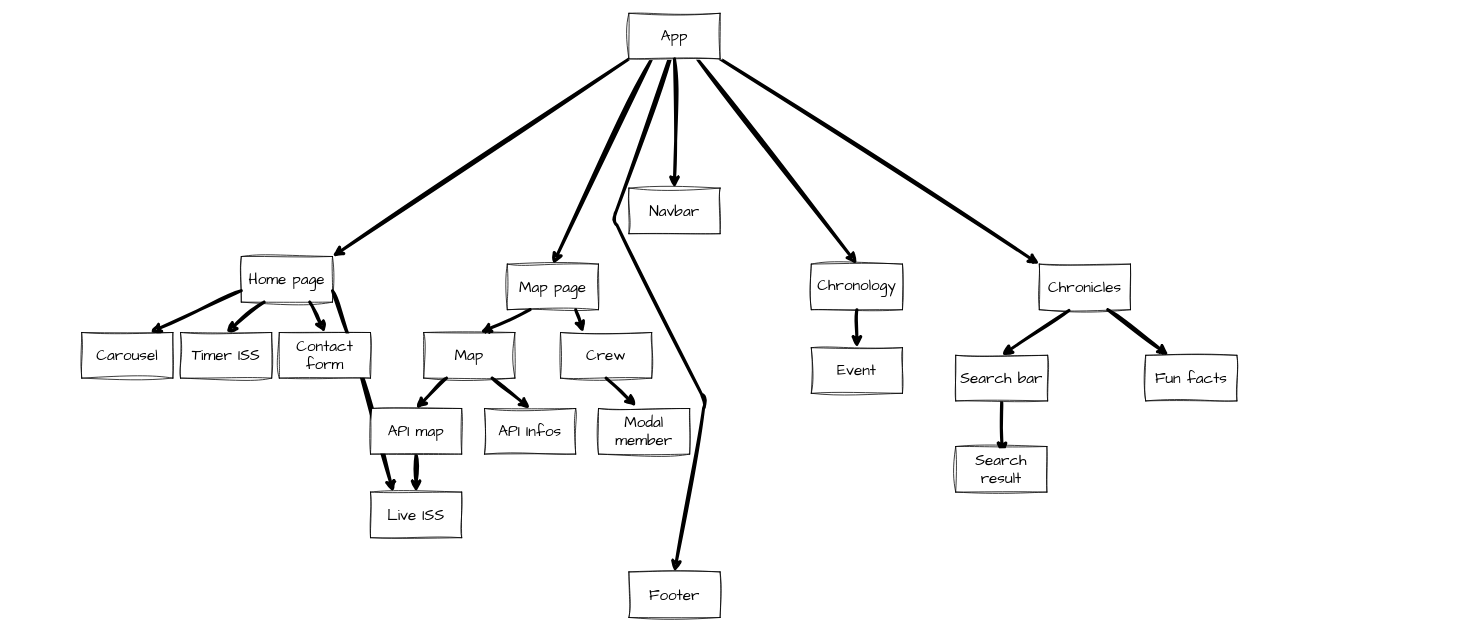
Above: DOCS/architechture.drawio in busy-gnl/space-station-chronicles (draw.io), before the change. Source tidied: cells renumbered, new cells numbered last; positions are measured from the earlier drawing's top-left corner, leaving out a move shared by most shapes. Both pictures are drawn from the tidied source at 76%, with x=0, y=0 at pixel (81, 13).
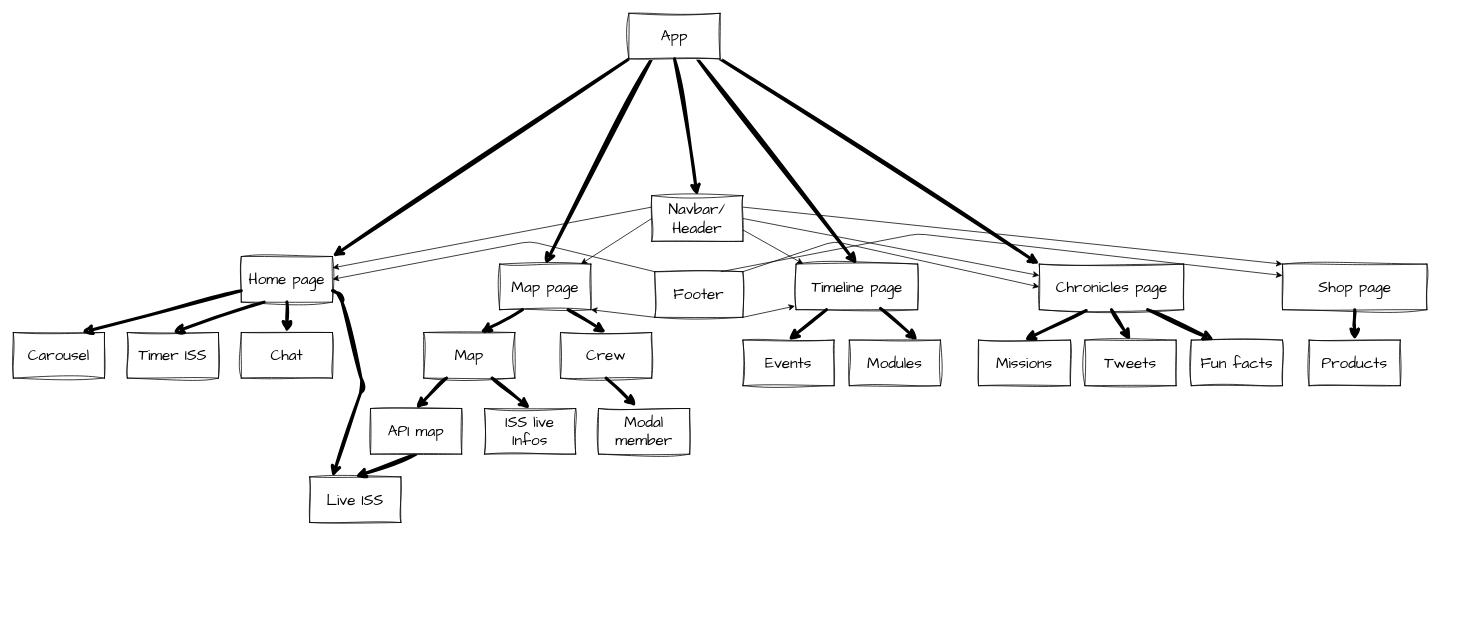
Above is the later version.

The change refers to these unchanged cells:
```xml
<mxCell id="9" style="rounded=0;whiteSpace=wrap;html=1;sketch=1;hachureGap=4;jiggle=2;curveFitting=1;fontFamily=Architects Daughter;fontSize=20;" parent="8" vertex="1">
  <mxGeometry width="120" height="60" as="geometry" />
</mxCell>
<mxCell id="10" value="Home page" style="text;html=1;strokeColor=none;fillColor=none;align=center;verticalAlign=middle;whiteSpace=wrap;rounded=0;sketch=1;hachureGap=4;jiggle=2;curveFitting=1;fontFamily=Architects Daughter;fontSize=20;" parent="8" vertex="1">
  <mxGeometry y="15" width="120" height="30" as="geometry" />
</mxCell>
<mxCell id="15" style="rounded=0;whiteSpace=wrap;html=1;sketch=1;hachureGap=4;jiggle=2;curveFitting=1;fontFamily=Architects Daughter;fontSize=20;" parent="14" vertex="1">
  <mxGeometry width="120" height="60" as="geometry" />
</mxCell>
<mxCell id="25" value="App" style="text;html=1;strokeColor=none;fillColor=none;align=center;verticalAlign=middle;whiteSpace=wrap;rounded=0;sketch=1;hachureGap=4;jiggle=2;curveFitting=1;fontFamily=Architects Daughter;fontSize=20;" parent="23" vertex="1">
  <mxGeometry x="30" y="20" width="60" height="20" as="geometry" />
</mxCell>
<mxCell id="27" style="rounded=0;whiteSpace=wrap;html=1;sketch=1;hachureGap=4;jiggle=2;curveFitting=1;fontFamily=Architects Daughter;fontSize=20;" parent="26" vertex="1">
  <mxGeometry width="120" height="60" as="geometry" />
</mxCell>
<mxCell id="30" style="rounded=0;whiteSpace=wrap;html=1;sketch=1;hachureGap=4;jiggle=2;curveFitting=1;fontFamily=Architects Daughter;fontSize=20;" parent="29" vertex="1">
  <mxGeometry width="120" height="60" as="geometry" />
</mxCell>
<mxCell id="36" style="rounded=0;whiteSpace=wrap;html=1;sketch=1;hachureGap=4;jiggle=2;curveFitting=1;fontFamily=Architects Daughter;fontSize=20;" parent="35" vertex="1">
  <mxGeometry width="120" height="60" as="geometry" />
</mxCell>
<mxCell id="49" style="rounded=0;whiteSpace=wrap;html=1;sketch=1;hachureGap=4;jiggle=2;curveFitting=1;fontFamily=Architects Daughter;fontSize=20;" parent="48" vertex="1">
  <mxGeometry width="120" height="60" as="geometry" />
</mxCell>
```

Change to the diagram source:
```diff
@@
     <mxCell id="2" style="edgeStyle=none;sketch=1;hachureGap=4;jiggle=2;curveFitting=1;html=1;exitX=1;exitY=0.75;exitDx=0;exitDy=0;strokeWidth=4;fontFamily=Architects Daughter;fontSize=16;fillColor=#FFFFFF;entryX=0.25;entryY=0;entryDx=0;entryDy=0;" parent="1" edge="1" source="9" target="30">
       <mxGeometry relative="1" as="geometry">
         <Array as="points">
-          <mxPoint x="360" y="450" />
+          <mxPoint x="340" y="370" />
+          <mxPoint x="370" y="490" />
         </Array>
       </mxGeometry>
     </mxCell>
-    <mxCell id="3" style="edgeStyle=none;sketch=1;hachureGap=4;jiggle=2;curveFitting=1;html=1;exitX=0.5;exitY=1;exitDx=0;exitDy=0;entryX=0.5;entryY=0;entryDx=0;entryDy=0;strokeWidth=4;fontFamily=Architects Daughter;fontSize=16;fillColor=#FFFFFF;" parent="1" edge="1" source="25" target="39">
-      <mxGeometry relative="1" as="geometry">
-        <Array as="points">
-          <mxPoint x="700" y="270" />
-          <mxPoint x="820" y="510" />
-        </Array>
-      </mxGeometry>
-    </mxCell>
@@
     <mxCell id="11" style="group;" parent="1" vertex="1">
-      <mxGeometry y="420" width="120" height="60" as="geometry" />
+      <mxGeometry x="-90" y="420" width="120" height="60" as="geometry" />
     </mxCell>
@@
     <mxCell id="14" style="group;" parent="1" vertex="1">
-      <mxGeometry x="560" y="330" width="120" height="60" as="geometry" />
+      <mxGeometry x="550" y="330" width="120" height="60" as="geometry" />
     </mxCell>
@@
     <mxCell id="17" style="group;" parent="1" vertex="1">
-      <mxGeometry x="960" y="330" width="120" height="60" as="geometry" />
+      <mxGeometry x="940" y="330" width="170" height="60" as="geometry" />
     </mxCell>
     <mxCell id="18" style="rounded=0;whiteSpace=wrap;html=1;sketch=1;hachureGap=4;jiggle=2;curveFitting=1;fontFamily=Architects Daughter;fontSize=20;" parent="17" vertex="1">
-      <mxGeometry width="120" height="60" as="geometry" />
+      <mxGeometry width="160" height="60" as="geometry" />
     </mxCell>
-    <mxCell id="19" value="Chronology" style="text;html=1;strokeColor=none;fillColor=none;align=center;verticalAlign=middle;whiteSpace=wrap;rounded=0;sketch=1;hachureGap=4;jiggle=2;curveFitting=1;fontFamily=Architects Daughter;fontSize=20;" parent="17" vertex="1">
-      <mxGeometry x="25" y="10" width="70" height="35" as="geometry" />
+    <mxCell id="19" value="Timeline page" style="text;html=1;strokeColor=none;fillColor=none;align=center;verticalAlign=middle;whiteSpace=wrap;rounded=0;sketch=1;hachureGap=4;jiggle=2;curveFitting=1;fontFamily=Architects Daughter;fontSize=20;" parent="17" vertex="1">
+      <mxGeometry x="11.7" y="12.5" width="136.7" height="35" as="geometry" />
     </mxCell>
     <mxCell id="20" style="group;" parent="1" vertex="1">
-      <mxGeometry x="1260" y="330" width="120" height="60" as="geometry" />
+      <mxGeometry x="1260" y="330" width="220" height="60" as="geometry" />
     </mxCell>
     <mxCell id="21" style="rounded=0;whiteSpace=wrap;html=1;sketch=1;hachureGap=4;jiggle=2;curveFitting=1;fontFamily=Architects Daughter;fontSize=20;" parent="20" vertex="1">
-      <mxGeometry width="120" height="60" as="geometry" />
+      <mxGeometry width="190" height="60" as="geometry" />
     </mxCell>
-    <mxCell id="22" value="Chronicles" style="text;html=1;strokeColor=none;fillColor=none;align=center;verticalAlign=middle;whiteSpace=wrap;rounded=0;sketch=1;hachureGap=4;jiggle=2;curveFitting=1;fontFamily=Architects Daughter;fontSize=20;" parent="20" vertex="1">
-      <mxGeometry x="30" y="15" width="60" height="30" as="geometry" />
+    <mxCell id="22" value="Chronicles page" style="text;html=1;strokeColor=none;fillColor=none;align=center;verticalAlign=middle;whiteSpace=wrap;rounded=0;sketch=1;hachureGap=4;jiggle=2;curveFitting=1;fontFamily=Architects Daughter;fontSize=20;" parent="20" vertex="1">
+      <mxGeometry x="8.8" y="15" width="172.5" height="30" as="geometry" />
     </mxCell>
@@
     <mxCell id="26" style="group;" parent="1" vertex="1">
-      <mxGeometry x="260" y="420" width="120" height="60" as="geometry" />
+      <mxGeometry x="210" y="420" width="120" height="60" as="geometry" />
     </mxCell>
@@
-    <mxCell id="28" value="Contact form" style="text;html=1;strokeColor=none;fillColor=none;align=center;verticalAlign=middle;whiteSpace=wrap;rounded=0;sketch=1;hachureGap=4;jiggle=2;curveFitting=1;fontFamily=Architects Daughter;fontSize=20;" parent="26" vertex="1">
+    <mxCell id="28" value="Chat" style="text;html=1;strokeColor=none;fillColor=none;align=center;verticalAlign=middle;whiteSpace=wrap;rounded=0;sketch=1;hachureGap=4;jiggle=2;curveFitting=1;fontFamily=Architects Daughter;fontSize=20;" parent="26" vertex="1">
       <mxGeometry x="30" y="15" width="60" height="30" as="geometry" />
     </mxCell>
     <mxCell id="29" style="group;" parent="1" vertex="1">
-      <mxGeometry x="380" y="630" width="120" height="60" as="geometry" />
+      <mxGeometry x="300" y="610" width="120" height="60" as="geometry" />
     </mxCell>
@@
     <mxCell id="32" style="group;" parent="1" vertex="1">
-      <mxGeometry x="130" y="420" width="120" height="60" as="geometry" />
+      <mxGeometry x="60" y="420" width="120" height="60" as="geometry" />
     </mxCell>
@@
     <mxCell id="35" style="group;" parent="1" vertex="1">
-      <mxGeometry x="720" y="230" width="120" height="60" as="geometry" />
+      <mxGeometry x="750" y="240" width="120" height="60" as="geometry" />
     </mxCell>
@@
-    <mxCell id="37" value="Navbar" style="text;html=1;strokeColor=none;fillColor=none;align=center;verticalAlign=middle;whiteSpace=wrap;rounded=0;sketch=1;hachureGap=4;jiggle=2;curveFitting=1;fontFamily=Architects Daughter;fontSize=20;" parent="35" vertex="1">
+    <mxCell id="37" value="Navbar/ Header" style="text;html=1;strokeColor=none;fillColor=none;align=center;verticalAlign=middle;whiteSpace=wrap;rounded=0;sketch=1;hachureGap=4;jiggle=2;curveFitting=1;fontFamily=Architects Daughter;fontSize=20;" parent="35" vertex="1">
       <mxGeometry x="30" y="15" width="60" height="30" as="geometry" />
     </mxCell>
     <mxCell id="38" style="group;" parent="1" vertex="1">
-      <mxGeometry x="720" y="735" width="120" height="60" as="geometry" />
+      <mxGeometry x="754" y="340" width="116" height="60" as="geometry" />
     </mxCell>
     <mxCell id="39" style="rounded=0;whiteSpace=wrap;html=1;sketch=1;hachureGap=4;jiggle=2;curveFitting=1;fontFamily=Architects Daughter;fontSize=20;" parent="38" vertex="1">
-      <mxGeometry width="120" height="60" as="geometry" />
+      <mxGeometry width="116" height="60" as="geometry" />
     </mxCell>
     <mxCell id="40" value="Footer" style="text;html=1;strokeColor=none;fillColor=none;align=center;verticalAlign=middle;whiteSpace=wrap;rounded=0;sketch=1;hachureGap=4;jiggle=2;curveFitting=1;fontFamily=Architects Daughter;fontSize=20;" parent="38" vertex="1">
-      <mxGeometry x="30" y="15" width="60" height="30" as="geometry" />
+      <mxGeometry x="29" y="15" width="58" height="30" as="geometry" />
     </mxCell>
@@
-    <mxCell id="42" style="edgeStyle=none;sketch=1;hachureGap=4;jiggle=2;curveFitting=1;html=1;exitX=0.75;exitY=1;exitDx=0;exitDy=0;entryX=0.5;entryY=0;entryDx=0;entryDy=0;strokeWidth=4;fontFamily=Architects Daughter;fontSize=16;fillColor=#FFFFFF;" parent="1" edge="1" source="9" target="27">
+    <mxCell id="42" style="edgeStyle=none;sketch=1;hachureGap=4;jiggle=2;curveFitting=1;html=1;exitX=0.5;exitY=1;exitDx=0;exitDy=0;entryX=0.5;entryY=0;entryDx=0;entryDy=0;strokeWidth=4;fontFamily=Architects Daughter;fontSize=16;fillColor=#FFFFFF;" parent="1" edge="1" source="9" target="27">
       <mxGeometry relative="1" as="geometry" />
     </mxCell>
@@
-    <mxCell id="51" value="API Infos" style="rounded=0;whiteSpace=wrap;html=1;sketch=1;hachureGap=4;jiggle=2;curveFitting=1;fontFamily=Architects Daughter;fontSize=20;" parent="1" vertex="1">
+    <mxCell id="51" value="ISS live Infos" style="rounded=0;whiteSpace=wrap;html=1;sketch=1;hachureGap=4;jiggle=2;curveFitting=1;fontFamily=Architects Daughter;fontSize=20;" parent="1" vertex="1">
       <mxGeometry x="530" y="520" width="120" height="60" as="geometry" />
     </mxCell>
@@
-    <mxCell id="57" style="edgeStyle=none;sketch=1;hachureGap=4;jiggle=2;curveFitting=1;html=1;exitX=0.75;exitY=1;exitDx=0;exitDy=0;entryX=0.25;entryY=0;entryDx=0;entryDy=0;strokeWidth=4;fontFamily=Architects Daughter;fontSize=16;fillColor=#FFFFFF;" parent="1" edge="1" source="15" target="49">
+    <mxCell id="57" style="edgeStyle=none;sketch=1;hachureGap=4;jiggle=2;curveFitting=1;html=1;exitX=0.75;exitY=1;exitDx=0;exitDy=0;entryX=0.5;entryY=0;entryDx=0;entryDy=0;strokeWidth=4;fontFamily=Architects Daughter;fontSize=16;fillColor=#FFFFFF;" parent="1" edge="1" source="15" target="49">
       <mxGeometry relative="1" as="geometry" />
     </mxCell>
@@
-    <mxCell id="60" value="Event" style="rounded=0;whiteSpace=wrap;html=1;sketch=1;hachureGap=4;jiggle=2;curveFitting=1;fontFamily=Architects Daughter;fontSize=20;" parent="1" vertex="1">
-      <mxGeometry x="960" y="440" width="120" height="60" as="geometry" />
+    <mxCell id="60" value="Events" style="rounded=0;whiteSpace=wrap;html=1;sketch=1;hachureGap=4;jiggle=2;curveFitting=1;fontFamily=Architects Daughter;fontSize=20;" parent="1" vertex="1">
+      <mxGeometry x="870" y="430" width="120" height="60" as="geometry" />
     </mxCell>
-    <mxCell id="61" style="edgeStyle=none;sketch=1;hachureGap=4;jiggle=2;curveFitting=1;html=1;exitX=0.5;exitY=1;exitDx=0;exitDy=0;entryX=0.5;entryY=0;entryDx=0;entryDy=0;strokeWidth=4;fontFamily=Architects Daughter;fontSize=16;fillColor=#FFFFFF;" parent="1" edge="1" source="18" target="60">
+    <mxCell id="61" style="edgeStyle=none;sketch=1;hachureGap=4;jiggle=2;curveFitting=1;html=1;exitX=0.25;exitY=1;exitDx=0;exitDy=0;entryX=0.5;entryY=0;entryDx=0;entryDy=0;strokeWidth=4;fontFamily=Architects Daughter;fontSize=16;fillColor=#FFFFFF;" parent="1" edge="1" source="18" target="60">
       <mxGeometry relative="1" as="geometry" />
     </mxCell>
     <mxCell id="62" value="Fun facts" style="rounded=0;whiteSpace=wrap;html=1;sketch=1;hachureGap=4;jiggle=2;curveFitting=1;fontFamily=Architects Daughter;fontSize=20;" parent="1" vertex="1">
-      <mxGeometry x="1400" y="450" width="120" height="60" as="geometry" />
+      <mxGeometry x="1460" y="430" width="120" height="60" as="geometry" />
     </mxCell>
-    <mxCell id="63" style="edgeStyle=none;sketch=1;hachureGap=4;jiggle=2;curveFitting=1;html=1;exitX=0.5;exitY=1;exitDx=0;exitDy=0;strokeWidth=4;fontFamily=Architects Daughter;fontSize=16;fillColor=#FFFFFF;" parent="1" edge="1" source="64">
-      <mxGeometry relative="1" as="geometry">
-        <mxPoint x="1211" y="580" as="targetPoint" />
-      </mxGeometry>
-    </mxCell>
-    <mxCell id="64" value="Search bar" style="rounded=0;whiteSpace=wrap;html=1;sketch=1;hachureGap=4;jiggle=2;curveFitting=1;fontFamily=Architects Daughter;fontSize=20;" parent="1" vertex="1">
-      <mxGeometry x="1150" y="450" width="121" height="60" as="geometry" />
+    <mxCell id="64" value="Missions" style="rounded=0;whiteSpace=wrap;html=1;sketch=1;hachureGap=4;jiggle=2;curveFitting=1;fontFamily=Architects Daughter;fontSize=20;" parent="1" vertex="1">
+      <mxGeometry x="1180" y="430" width="121" height="60" as="geometry" />
     </mxCell>
@@
-    <mxCell id="67" value="Search result" style="rounded=0;whiteSpace=wrap;html=1;sketch=1;hachureGap=4;jiggle=2;curveFitting=1;fontFamily=Architects Daughter;fontSize=20;" parent="1" vertex="1">
-      <mxGeometry x="1150" y="570" width="120" height="60" as="geometry" />
+    <mxCell id="67" value="Tweets" style="rounded=0;whiteSpace=wrap;html=1;sketch=1;hachureGap=4;jiggle=2;curveFitting=1;fontFamily=Architects Daughter;fontSize=20;" parent="1" vertex="1">
+      <mxGeometry x="1320" y="430" width="120" height="60" as="geometry" />
     </mxCell>
+    <mxCell id="68" style="edgeStyle=none;html=1;exitX=0;exitY=0.5;exitDx=0;exitDy=0;" parent="1" edge="1" source="36" target="15">
+      <mxGeometry relative="1" as="geometry" />
+    </mxCell>
+    <mxCell id="69" style="edgeStyle=none;html=1;exitX=0;exitY=0.25;exitDx=0;exitDy=0;entryX=1;entryY=0;entryDx=0;entryDy=0;" parent="1" edge="1" source="36" target="10">
+      <mxGeometry relative="1" as="geometry" />
+    </mxCell>
+    <mxCell id="70" style="edgeStyle=none;html=1;exitX=1;exitY=0.75;exitDx=0;exitDy=0;entryX=0.059;entryY=-0.006;entryDx=0;entryDy=0;entryPerimeter=0;" parent="1" edge="1" source="36" target="18">
+      <mxGeometry relative="1" as="geometry" />
+    </mxCell>
+    <mxCell id="71" style="edgeStyle=none;html=1;exitX=1;exitY=0.5;exitDx=0;exitDy=0;entryX=0;entryY=0.25;entryDx=0;entryDy=0;" parent="1" edge="1" source="36" target="21">
+      <mxGeometry relative="1" as="geometry" />
+    </mxCell>
+    <mxCell id="72" style="group;" parent="1" vertex="1">
+      <mxGeometry x="1580" y="330" width="220" height="60" as="geometry" />
+    </mxCell>
+    <mxCell id="73" style="rounded=0;whiteSpace=wrap;html=1;sketch=1;hachureGap=4;jiggle=2;curveFitting=1;fontFamily=Architects Daughter;fontSize=20;" parent="72" vertex="1">
+      <mxGeometry width="190" height="60" as="geometry" />
+    </mxCell>
+    <mxCell id="74" value="Shop page" style="text;html=1;strokeColor=none;fillColor=none;align=center;verticalAlign=middle;whiteSpace=wrap;rounded=0;sketch=1;hachureGap=4;jiggle=2;curveFitting=1;fontFamily=Architects Daughter;fontSize=20;" parent="72" vertex="1">
+      <mxGeometry x="8.8" y="15" width="172.5" height="30" as="geometry" />
+    </mxCell>
+    <mxCell id="75" style="edgeStyle=none;html=1;exitX=1;exitY=0.25;exitDx=0;exitDy=0;entryX=0;entryY=0;entryDx=0;entryDy=0;" parent="1" edge="1" source="36" target="73">
+      <mxGeometry relative="1" as="geometry" />
+    </mxCell>
+    <mxCell id="76" value="Modules" style="rounded=0;whiteSpace=wrap;html=1;sketch=1;hachureGap=4;jiggle=2;curveFitting=1;fontFamily=Architects Daughter;fontSize=20;" parent="1" vertex="1">
+      <mxGeometry x="1010" y="430" width="120" height="60" as="geometry" />
+    </mxCell>
+    <mxCell id="77" style="edgeStyle=none;sketch=1;hachureGap=4;jiggle=2;curveFitting=1;html=1;exitX=0.694;exitY=0.973;exitDx=0;exitDy=0;entryX=0.75;entryY=0;entryDx=0;entryDy=0;strokeWidth=4;fontFamily=Architects Daughter;fontSize=16;fillColor=#FFFFFF;exitPerimeter=0;" parent="1" edge="1" source="18" target="76">
+      <mxGeometry relative="1" as="geometry" />
+    </mxCell>
+    <mxCell id="78" style="edgeStyle=none;sketch=1;hachureGap=4;jiggle=2;curveFitting=1;html=1;exitX=0.5;exitY=1;exitDx=0;exitDy=0;entryX=0.5;entryY=0;entryDx=0;entryDy=0;strokeWidth=4;fontFamily=Architects Daughter;fontSize=16;fillColor=#FFFFFF;" parent="1" edge="1" source="21" target="67">
+      <mxGeometry relative="1" as="geometry" />
+    </mxCell>
+    <mxCell id="79" value="Products" style="rounded=0;whiteSpace=wrap;html=1;sketch=1;hachureGap=4;jiggle=2;curveFitting=1;fontFamily=Architects Daughter;fontSize=20;" parent="1" vertex="1">
+      <mxGeometry x="1615" y="430" width="120" height="60" as="geometry" />
+    </mxCell>
+    <mxCell id="80" style="edgeStyle=none;sketch=1;hachureGap=4;jiggle=2;curveFitting=1;html=1;entryX=0.5;entryY=0;entryDx=0;entryDy=0;strokeWidth=4;fontFamily=Architects Daughter;fontSize=16;fillColor=#FFFFFF;exitX=0.5;exitY=1;exitDx=0;exitDy=0;" parent="1" edge="1" source="73" target="79">
+      <mxGeometry relative="1" as="geometry" />
+    </mxCell>
+    <mxCell id="81" style="edgeStyle=none;html=1;exitX=1;exitY=1;exitDx=0;exitDy=0;entryX=-0.009;entryY=0.92;entryDx=0;entryDy=0;entryPerimeter=0;" parent="1" edge="1" source="39" target="18">
+      <mxGeometry relative="1" as="geometry" />
+    </mxCell>
+    <mxCell id="82" style="edgeStyle=none;html=1;exitX=0;exitY=1;exitDx=0;exitDy=0;entryX=1;entryY=1;entryDx=0;entryDy=0;" parent="1" edge="1" source="39" target="15">
+      <mxGeometry relative="1" as="geometry" />
+    </mxCell>
+    <mxCell id="83" style="edgeStyle=none;html=1;exitX=0;exitY=0;exitDx=0;exitDy=0;entryX=1;entryY=0.5;entryDx=0;entryDy=0;" parent="1" edge="1" source="39" target="10">
+      <mxGeometry relative="1" as="geometry">
+        <Array as="points">
+          <mxPoint x="590" y="300" />
+        </Array>
+      </mxGeometry>
+    </mxCell>
+    <mxCell id="84" style="edgeStyle=none;html=1;exitX=1;exitY=0;exitDx=0;exitDy=0;entryX=0;entryY=0.5;entryDx=0;entryDy=0;" parent="1" edge="1" source="39" target="21">
+      <mxGeometry relative="1" as="geometry">
+        <Array as="points">
+          <mxPoint x="990" y="300" />
+        </Array>
+      </mxGeometry>
+    </mxCell>
+    <mxCell id="85" style="edgeStyle=none;html=1;exitX=0.75;exitY=0;exitDx=0;exitDy=0;entryX=0;entryY=0.25;entryDx=0;entryDy=0;" parent="1" edge="1" source="39" target="73">
+      <mxGeometry relative="1" as="geometry">
+        <Array as="points">
+          <mxPoint x="1100" y="290" />
+        </Array>
+      </mxGeometry>
+    </mxCell>
```
